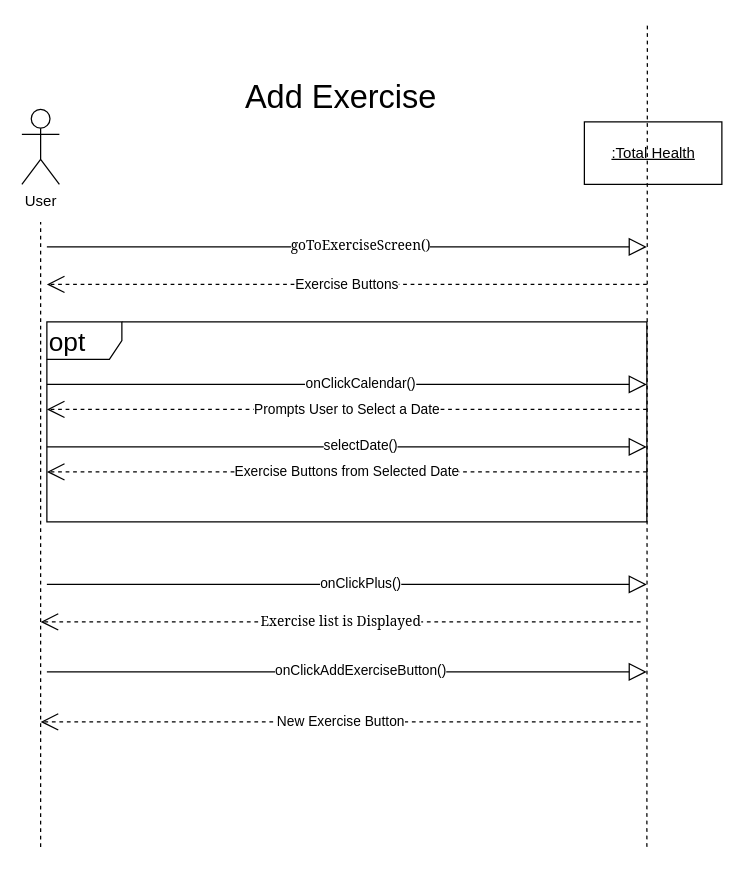
The draw.io diagram SSD - Select Exercise.drawio in Esaied19/Team-Albatross, before the edit. Source tidied: cells renumbered, new cells numbered last; positions are measured from the earlier drawing's top-left corner, leaving out a move shared by most shapes. Both pictures are drawn from the tidied source at 125%, with x=0, y=0 at pixel (21, 21).
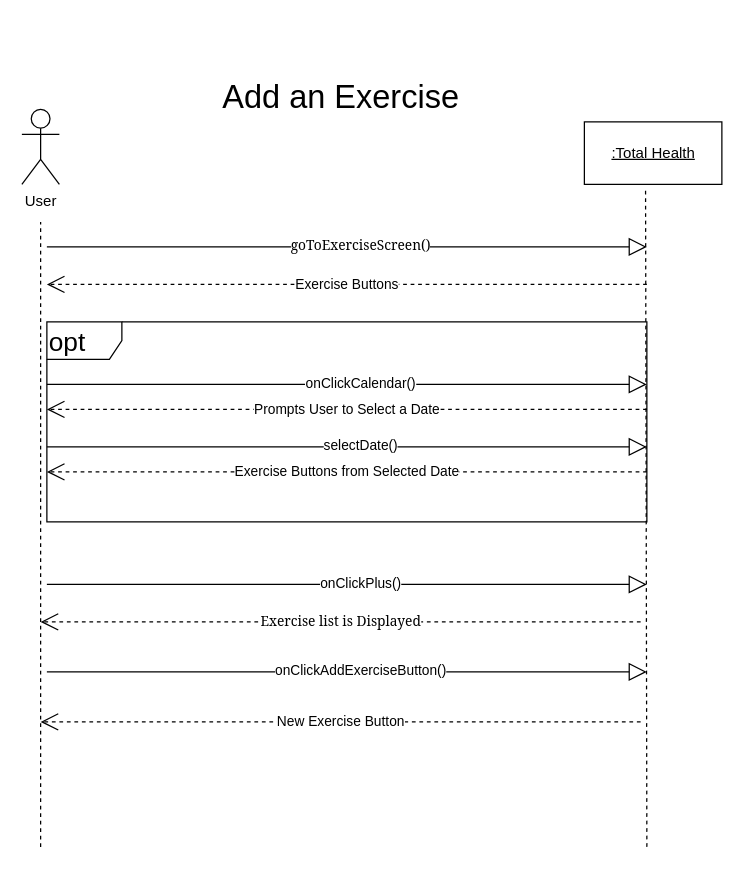
The same page after the edit.

Unchanged cells that the change refers to:
```xml
<mxCell id="3" value="&lt;u&gt;:Total Health&lt;br&gt;&lt;/u&gt;" style="html=1;" parent="1" vertex="1">
  <mxGeometry x="450" y="80" width="110" height="50" as="geometry" />
</mxCell>
```

Change to the diagram source:
```diff
@@
-    <mxCell id="5" style="endArrow=none;dashed=1;html=1;rounded=0;" parent="1" edge="1">
+    <mxCell id="5" style="endArrow=none;dashed=1;html=1;rounded=0;entryX=0.445;entryY=1.06;entryDx=0;entryDy=0;entryPerimeter=0;" parent="1" edge="1" target="3">
       <mxGeometry relative="1" as="geometry">
         <mxPoint x="500" y="660" as="sourcePoint" />
-        <mxPoint x="500.4" as="targetPoint" />
       </mxGeometry>
     </mxCell>
@@
-    <mxCell id="14" value="&lt;font style=&quot;font-size: 26px&quot;&gt;Add Exercise&lt;br&gt;&lt;/font&gt;" style="text;html=1;align=center;verticalAlign=middle;strokeColor=none;fillColor=none;" parent="1" vertex="1">
-      <mxGeometry x="170" y="50" width="170" height="20" as="geometry" />
+    <mxCell id="14" value="&lt;font style=&quot;font-size: 26px&quot;&gt;Add an Exercise&lt;br&gt;&lt;/font&gt;" style="text;html=1;align=center;verticalAlign=middle;strokeColor=none;fillColor=none;" parent="1" vertex="1">
+      <mxGeometry x="155" y="50" width="200" height="20" as="geometry" />
     </mxCell>
```
